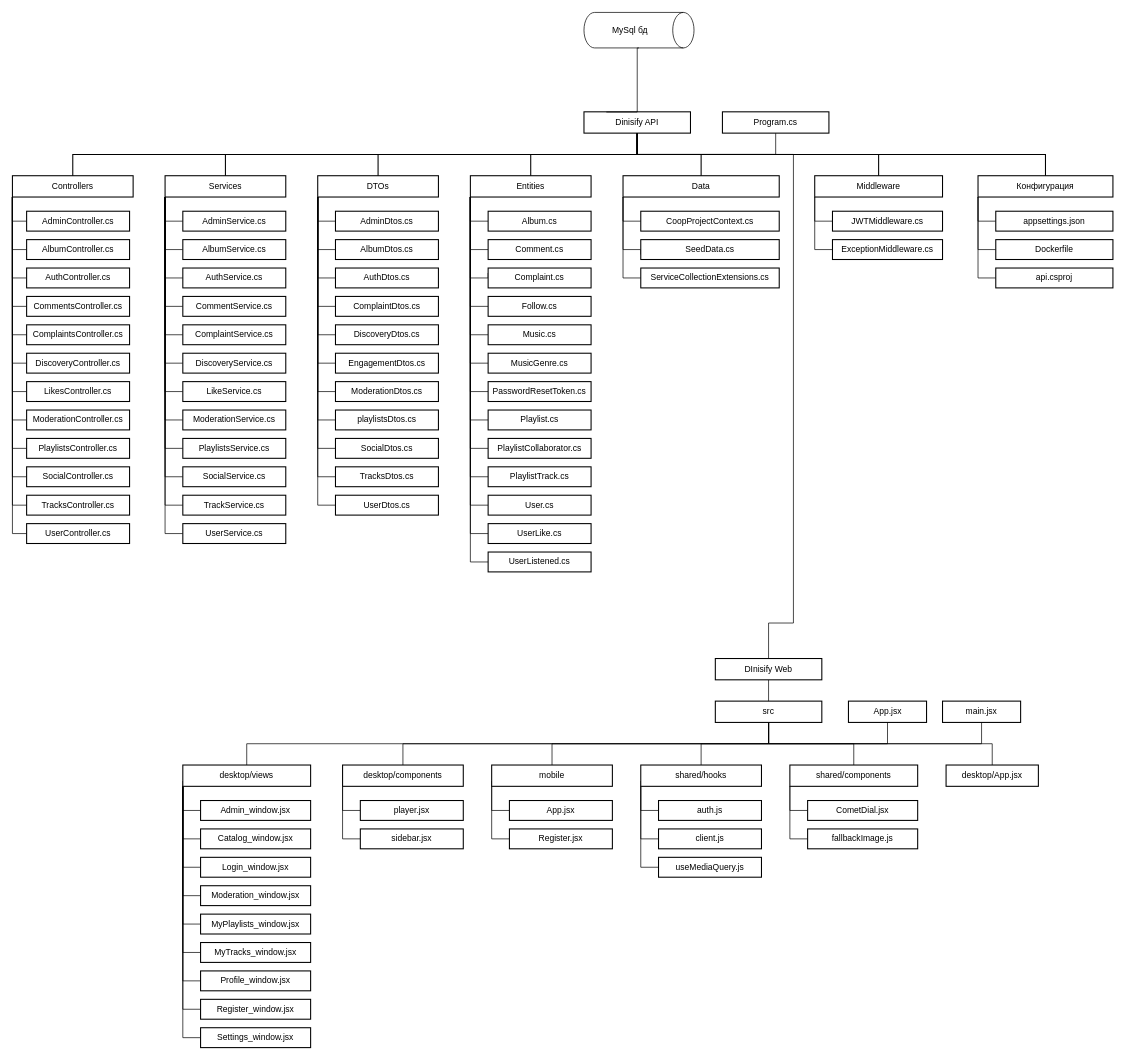
The draw.io diagram docs/main.drawio in YaeKitsune13/CommandWork, before the edit. Source tidied: cells renumbered, new cells numbered last; positions are measured from the earlier drawing's top-left corner, leaving out a move shared by most shapes. Both pictures are drawn from the tidied source at 71%, with x=0, y=0 at pixel (12, -25).
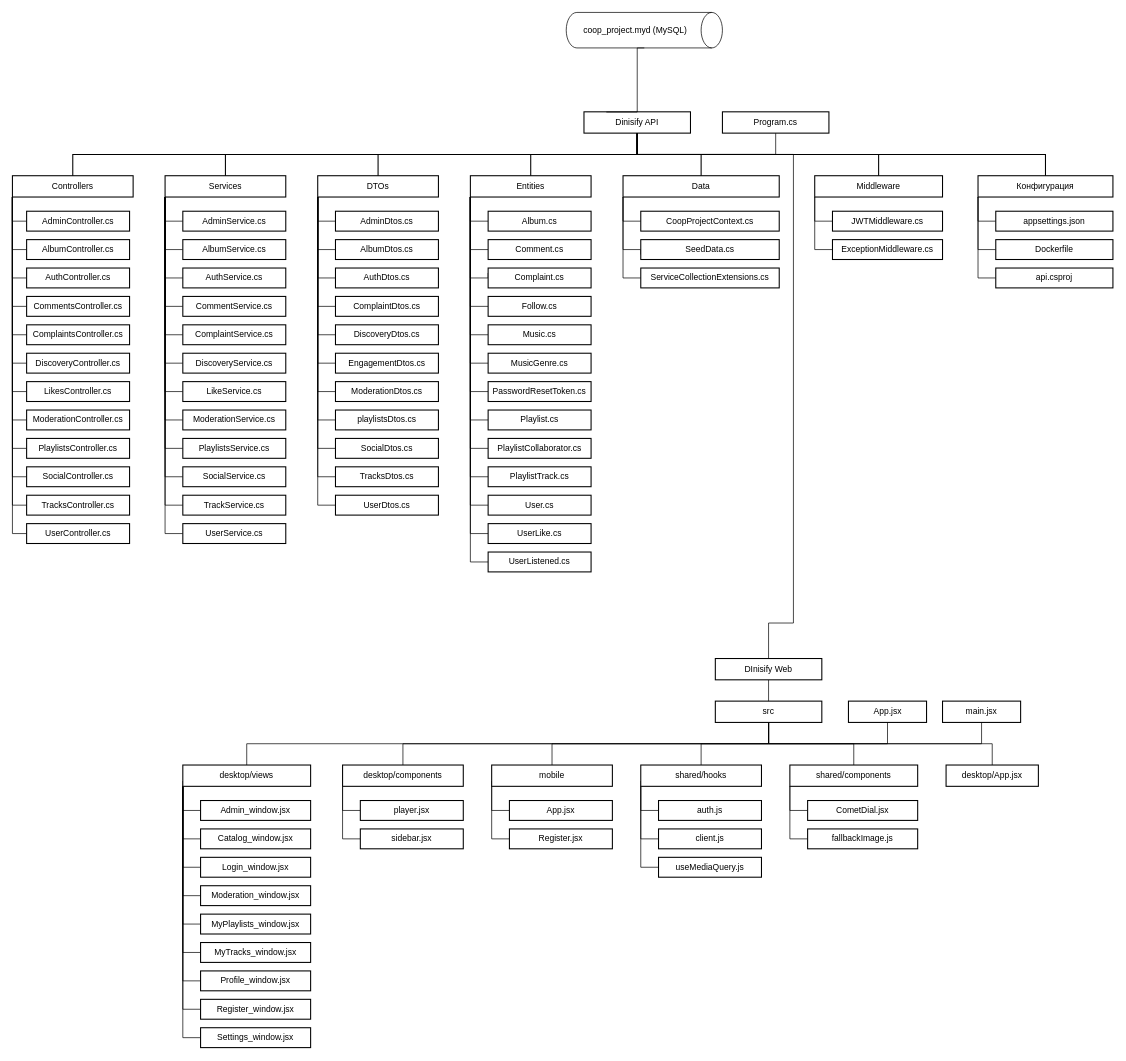
Above is the later version.

What changed in the source:
```diff
@@
-    <mxCell id="187" value="MySql бд" style="shape=cylinder3;whiteSpace=wrap;html=1;boundedLbl=1;backgroundOutline=1;size=15;rotation=90;verticalAlign=middle;horizontal=0;" parent="1" vertex="1">
-      <mxGeometry x="857.5" y="-0.5" width="50" height="155" as="geometry" />
+    <mxCell id="187" value="coop_project.my&lt;span style=&quot;background-color: transparent; color: light-dark(rgb(0, 0, 0), rgb(255, 255, 255));&quot;&gt;d (MySQL)&lt;/span&gt;" style="shape=cylinder3;whiteSpace=wrap;html=1;boundedLbl=1;backgroundOutline=1;size=15;rotation=90;verticalAlign=middle;horizontal=0;" parent="1" vertex="1">
+      <mxGeometry x="865" y="-33" width="50" height="220" as="geometry" />
     </mxCell>
```
